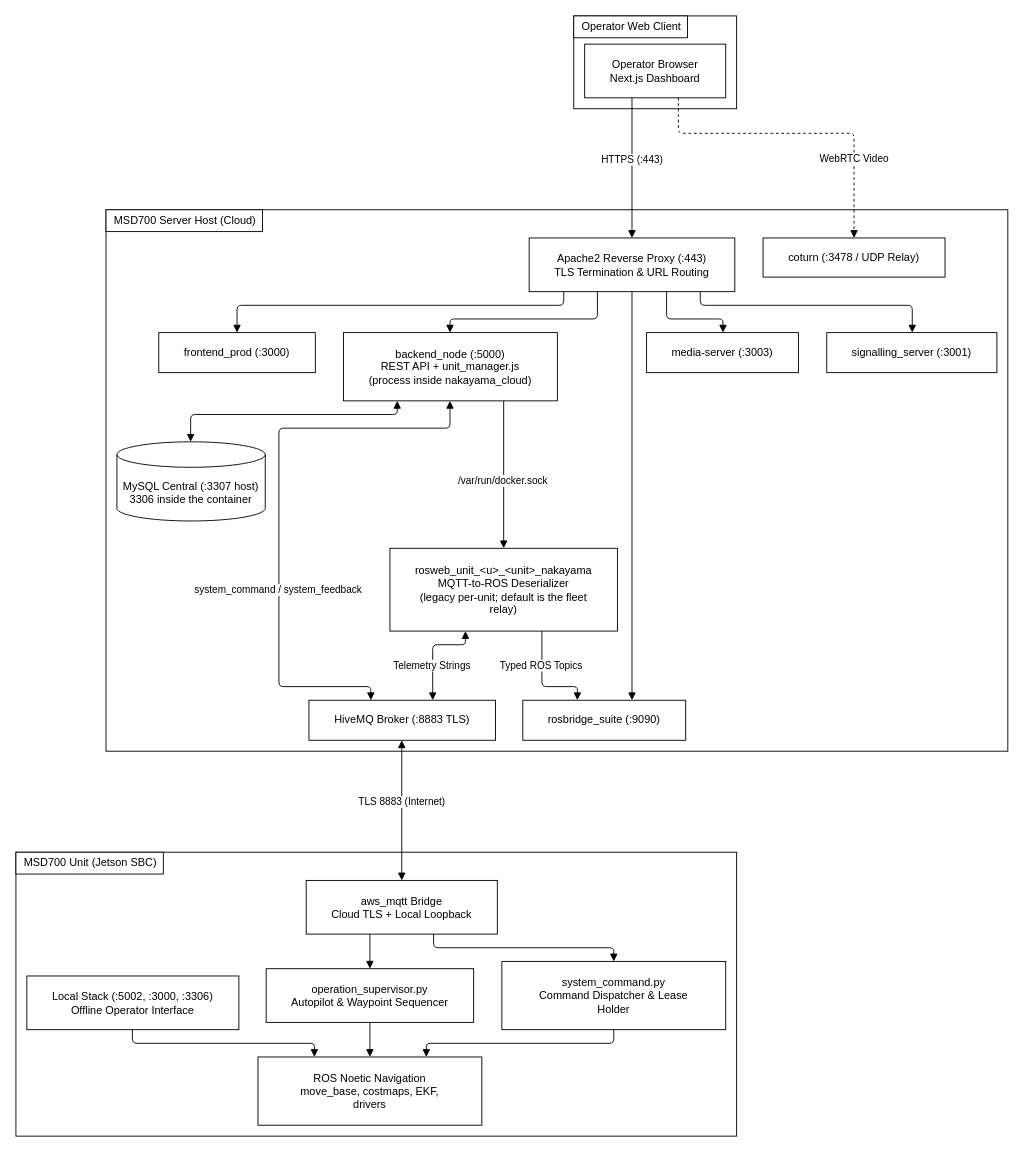
Before: docs/development/diagrams/architecture-system-topology-and-data-flow.drawio in itbdelaboprogramming/msd700_documentation, a draw.io diagram. Source tidied: cells renumbered, new cells numbered last; positions are measured from the earlier drawing's top-left corner, leaving out a move shared by most shapes. Both pictures are drawn from the tidied source at 91%, with x=0, y=0 at pixel (15, 15).
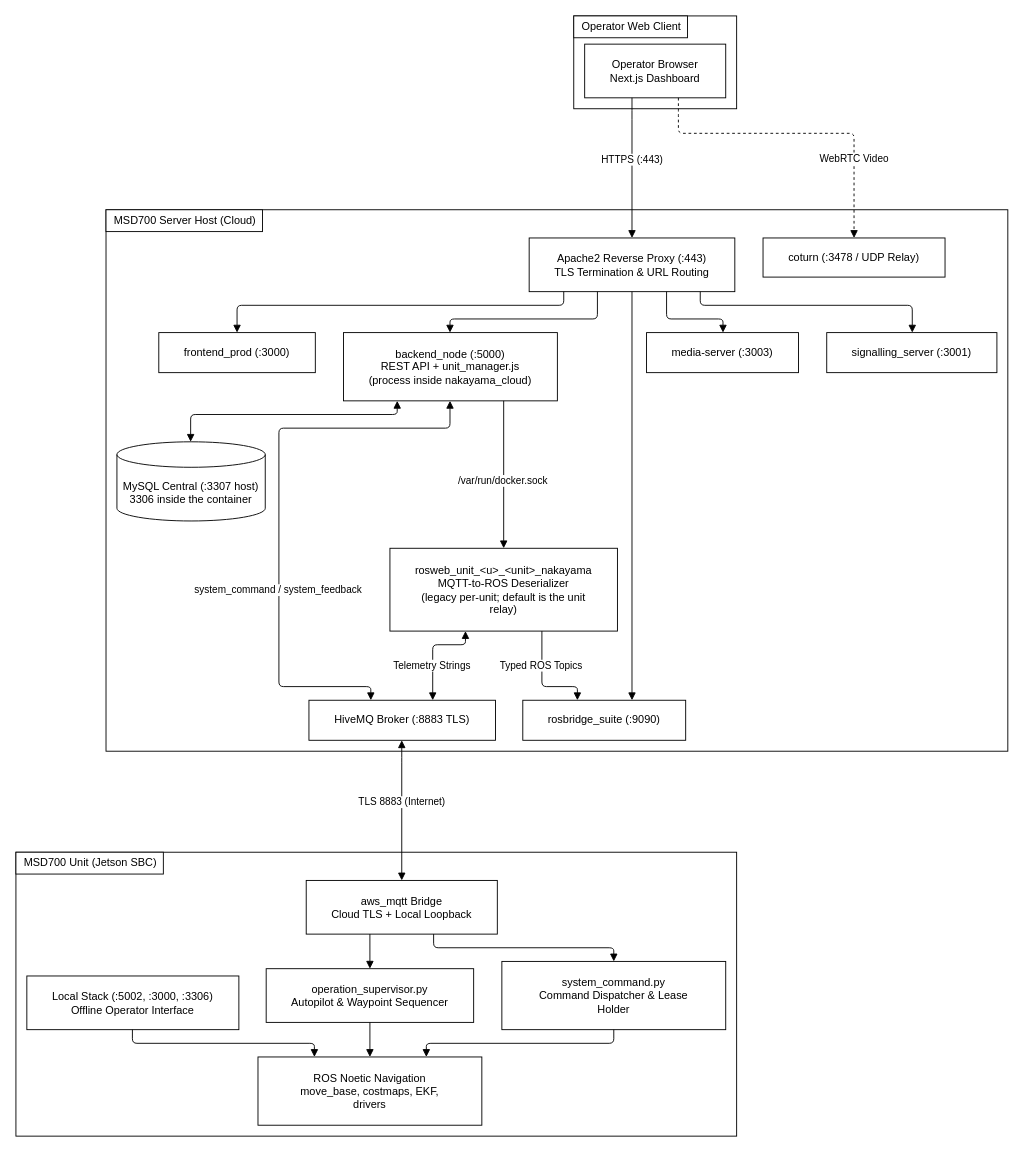
After the change.

The change refers to these unchanged cells:
```xml
<mxCell id="2" style="rounded=0;html=1;whiteSpace=wrap;fillColor=#ffffff;strokeColor=#000000;" parent="1" vertex="1">
  <mxGeometry x="99" y="213" width="991" height="595" as="geometry" />
</mxCell>
```

What changed in the source:
```diff
@@
-    <mxCell id="15" value="rosweb_unit_&amp;lt;u&amp;gt;_&amp;lt;unit&amp;gt;_nakayama&lt;br&gt;MQTT-to-ROS Deserializer&lt;br&gt;(legacy per-unit; default is the fleet&lt;br&gt;relay)" style="html=1;whiteSpace=wrap;fillColor=#ffffff;strokeColor=#000000;rounded=0;fontFamily=Helvetica;fontSize=12;fontColor=#000000;" parent="2" vertex="1">
+    <mxCell id="15" value="rosweb_unit_&amp;lt;u&amp;gt;_&amp;lt;unit&amp;gt;_nakayama&lt;br&gt;MQTT-to-ROS Deserializer&lt;br&gt;(legacy per-unit; default is the unit&lt;br&gt;relay)" style="html=1;whiteSpace=wrap;fillColor=#ffffff;strokeColor=#000000;rounded=0;fontFamily=Helvetica;fontSize=12;fontColor=#000000;" parent="2" vertex="1">
       <mxGeometry x="312" y="372" width="250" height="91" as="geometry" />
     </mxCell>
```
